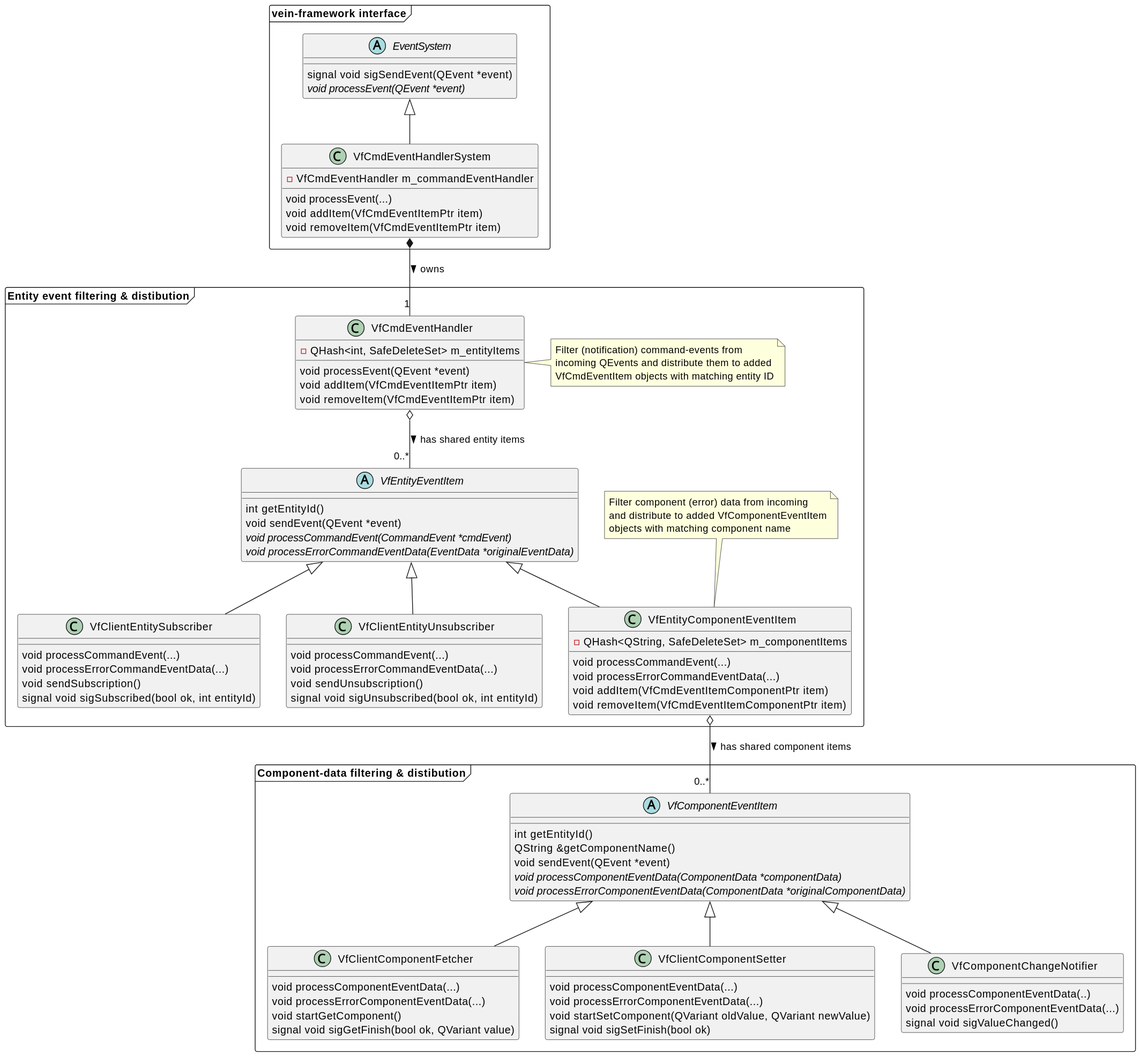
ZeraGmbH/vein-framework keeps this PlantUML diagram as convenient-code/doc/class-diagram.svg. Above is the earlier version. The source it was exported from:
```plantuml
@startuml
package "vein-framework interface" <<Frame>> {
    abstract class EventSystem {
        signal void sigSendEvent(QEvent *event)
        {abstract} void processEvent(QEvent *event)
    }

    class VfCmdEventHandlerSystem {
        void processEvent(...)
        void addItem(VfCmdEventItemPtr item)
        void removeItem(VfCmdEventItemPtr item)
        -VfCmdEventHandler m_commandEventHandler
    }
}


package "Entity event filtering & distibution" <<Frame>> {
    class VfCmdEventHandler {
        void processEvent(QEvent *event)
        void addItem(VfCmdEventItemPtr item)
        void removeItem(VfCmdEventItemPtr item)
        -QHash<int, SafeDeleteSet> m_entityItems
    }
    note right: Filter (notification) command-events from\nincoming QEvents and distribute them to added\nVfCmdEventItem objects with matching entity ID

    abstract class VfEntityEventItem {
        int getEntityId()
        void sendEvent(QEvent *event)
        {abstract} void processCommandEvent(CommandEvent *cmdEvent)
        {abstract} void processErrorCommandEventData(EventData *originalEventData)
    }

    class VfClientEntitySubscriber {
        void processCommandEvent(...)
        void processErrorCommandEventData(...)
        void sendSubscription()
        signal void sigSubscribed(bool ok, int entityId)
    }

    class VfClientEntityUnsubscriber {
        void processCommandEvent(...)
        void processErrorCommandEventData(...)
        void sendUnsubscription()
        signal void sigUnsubscribed(bool ok, int entityId)
    }

    class VfEntityComponentEventItem {
        void processCommandEvent(...)
        void processErrorCommandEventData(...)
        void addItem(VfCmdEventItemComponentPtr item)
        void removeItem(VfCmdEventItemComponentPtr item)
        -QHash<QString, SafeDeleteSet> m_componentItems
    }
    note top: Filter component (error) data from incoming\nand distribute to added VfComponentEventItem\nobjects with matching component name
    VfClientEntitySubscriber -[hidden]> VfClientEntityUnsubscriber
    VfClientEntityUnsubscriber -[hidden]> VfEntityComponentEventItem
}

package "Component-data filtering & distibution" <<Frame>> {
    abstract class VfComponentEventItem {
        int getEntityId()
        QString &getComponentName()
        void sendEvent(QEvent *event)
        {abstract} void processComponentEventData(ComponentData *componentData)
        {abstract} void processErrorComponentEventData(ComponentData *originalComponentData)
    }

    class VfClientComponentFetcher {
        void processComponentEventData(...)
        void processErrorComponentEventData(...)
        void startGetComponent()
        signal void sigGetFinish(bool ok, QVariant value)
    }

    class VfClientComponentSetter {
        void processComponentEventData(...)
        void processErrorComponentEventData(...)
        void startSetComponent(QVariant oldValue, QVariant newValue)
        signal void sigSetFinish(bool ok)
    }

    class VfComponentChangeNotifier {
        void processComponentEventData(..)
        void processErrorComponentEventData(...)
        signal void sigValueChanged()
    }
}

EventSystem <|-- VfCmdEventHandlerSystem

VfCmdEventHandlerSystem *-- "1" VfCmdEventHandler : owns >
VfCmdEventHandler o-- "0..*" VfEntityEventItem : has shared entity items >

VfEntityEventItem <|-- VfClientEntitySubscriber
VfEntityEventItem <|-- VfClientEntityUnsubscriber

VfEntityEventItem <|-- VfEntityComponentEventItem
VfEntityComponentEventItem o-- "0..*" VfComponentEventItem : has shared component items >

VfComponentEventItem <|-- VfClientComponentFetcher
VfComponentEventItem <|-- VfClientComponentSetter
VfComponentEventItem <|-- VfComponentChangeNotifier
@enduml
```
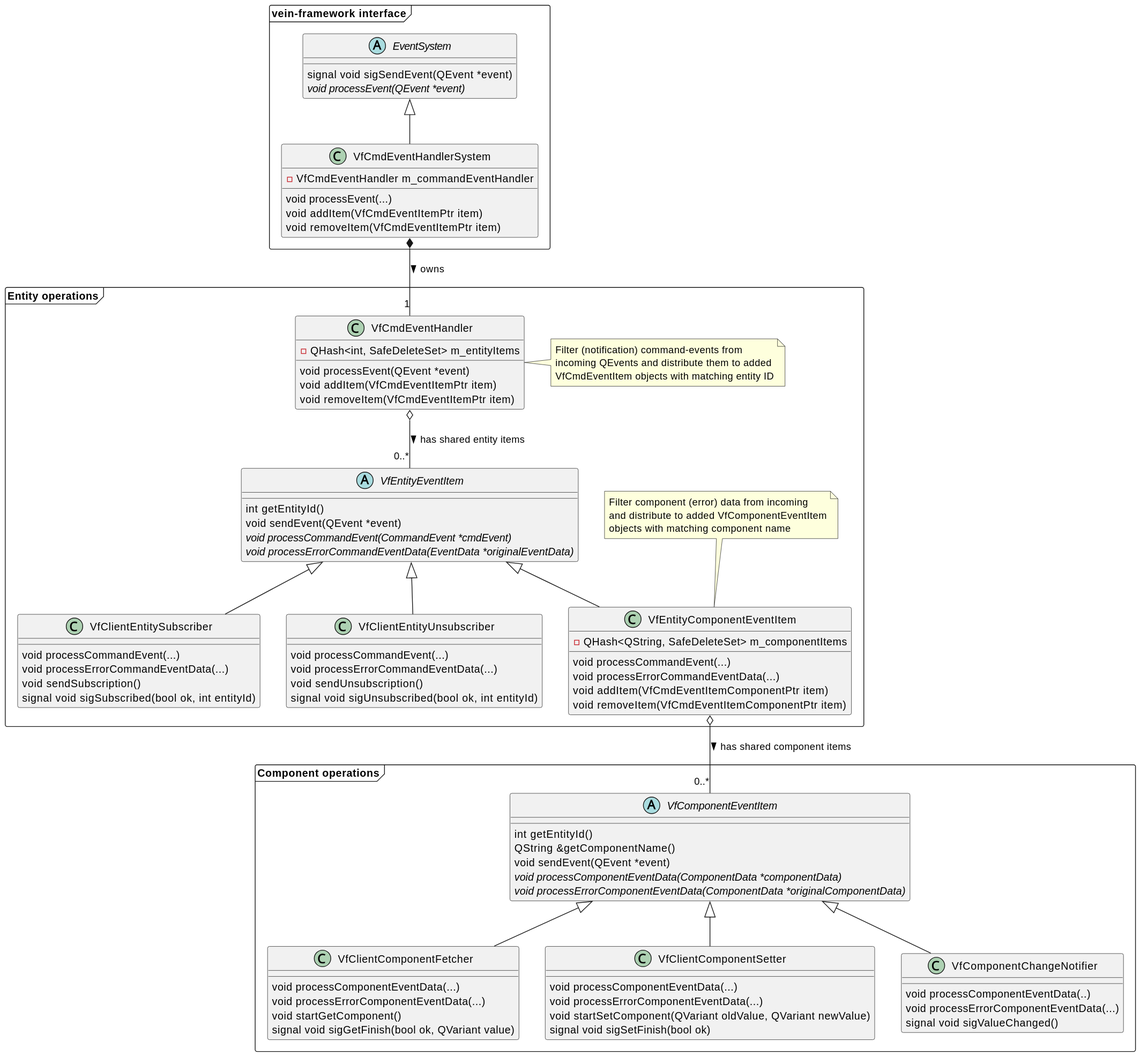
After the change.

The edit, as a diff of the source:
```diff
@@ -14,7 +14,7 @@
 }
 
 
-package "Entity event filtering & distibution" <<Frame>> {
+package "Entity operations" <<Frame>> {
     class VfCmdEventHandler {
         void processEvent(QEvent *event)
         void addItem(VfCmdEventItemPtr item)
@@ -56,7 +56,7 @@
     VfClientEntityUnsubscriber -[hidden]> VfEntityComponentEventItem
 }
 
-package "Component-data filtering & distibution" <<Frame>> {
+package "Component operations" <<Frame>> {
     abstract class VfComponentEventItem {
         int getEntityId()
         QString &getComponentName()
```
